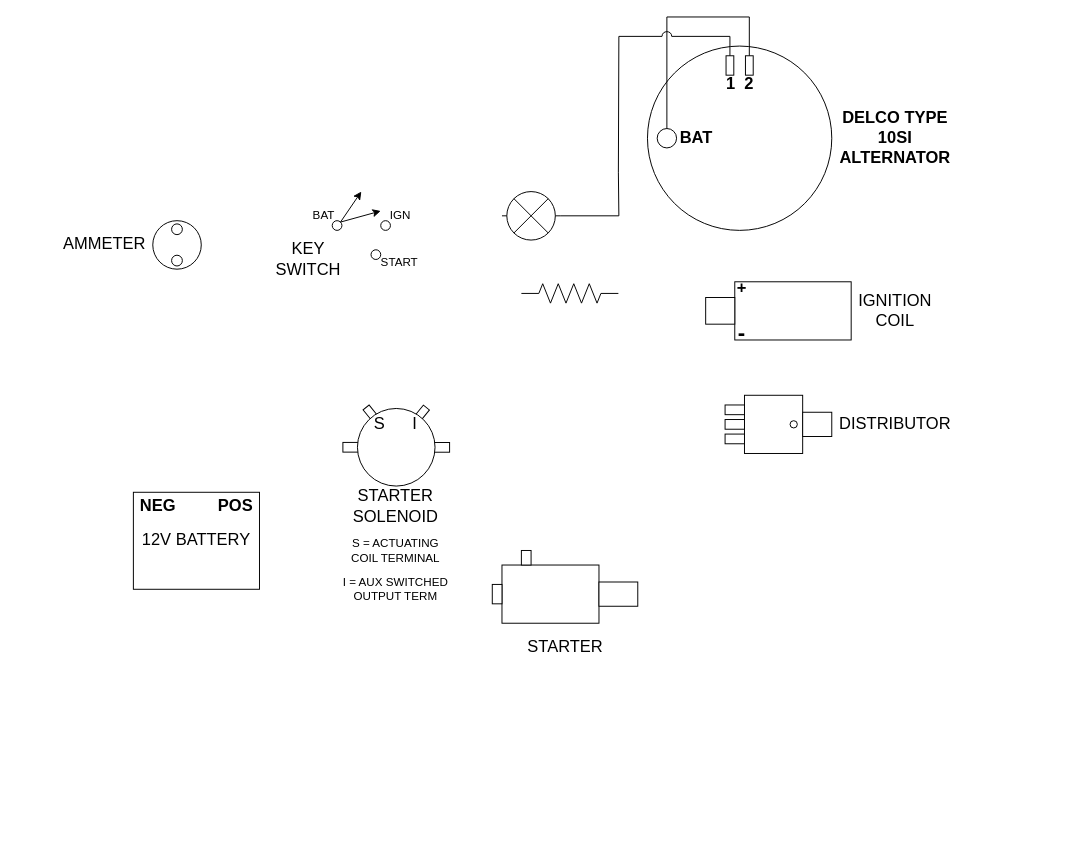
The draw.io diagram International 300U w 12V alternator neg ground.drawio in technomancer-101/tractor-wiring, before the edit. Source tidied: cells renumbered, new cells numbered last; positions are measured from the earlier drawing's top-left corner, leaving out a move shared by most shapes. Both pictures are drawn from the tidied source at 97%, with x=0, y=0 at pixel (55, 16).
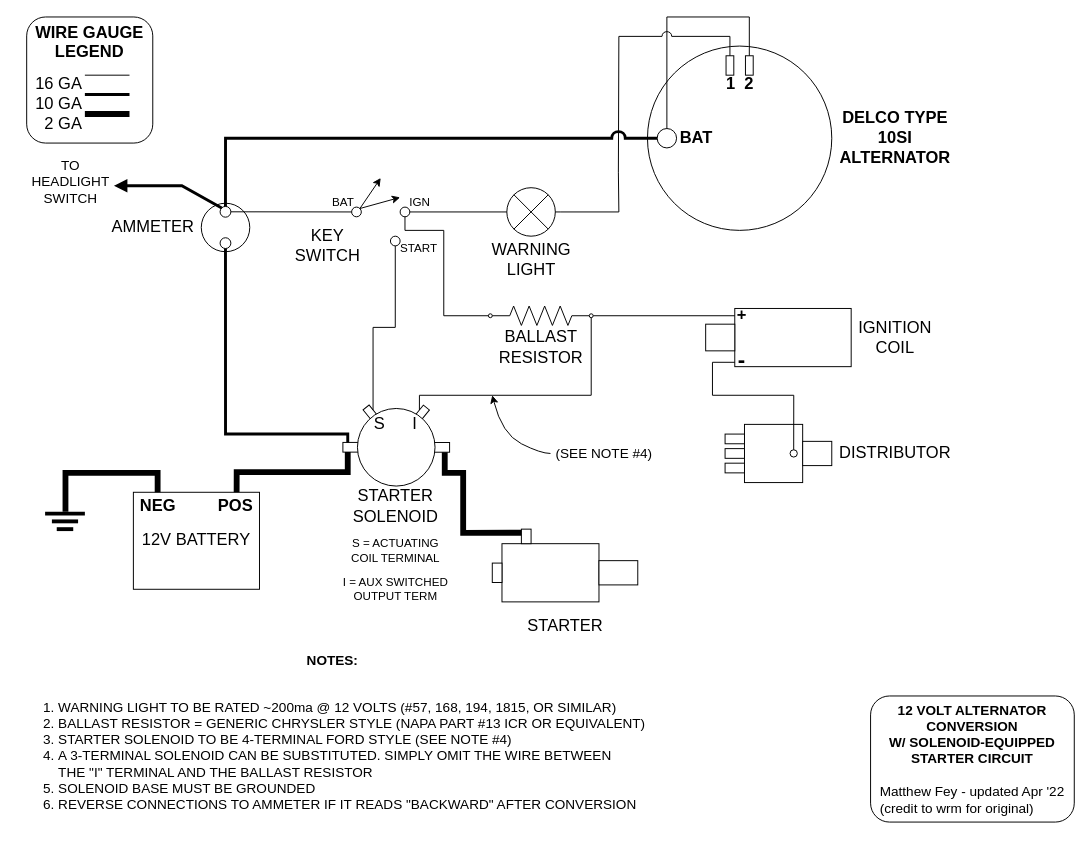
The same diagram, later.

The change refers to these unchanged cells:
```xml
<mxCell id="13" style="ellipse;whiteSpace=wrap;html=1;fontSize=17;" parent="7" vertex="1">
  <mxGeometry x="67" y="26.2" width="7.5" height="7.5" as="geometry" />
</mxCell>
<mxCell id="15" style="group;" parent="1" vertex="1">
  <mxGeometry x="80" y="490" width="130" height="100" as="geometry" />
</mxCell>
<mxCell id="17" value="NEG" style="text;html=1;align=center;verticalAlign=middle;points=[];strokeColor=none;fillColor=none;fontSize=17;fontStyle=1;" parent="15" vertex="1">
  <mxGeometry width="50" height="30" as="geometry" />
</mxCell>
<mxCell id="18" value="POS" style="text;html=1;align=center;verticalAlign=middle;points=[];strokeColor=none;fillColor=none;fontSize=17;fontStyle=1;" parent="15" vertex="1">
  <mxGeometry x="80" width="50" height="30" as="geometry" />
</mxCell>
<mxCell id="23" style="rounded=0;whiteSpace=wrap;html=1;fontSize=17;" parent="19" vertex="1">
  <mxGeometry x="30" width="10" height="15" as="geometry" />
</mxCell>
<mxCell id="30" style="ellipse;whiteSpace=wrap;html=1;fontSize=17;" parent="25" vertex="1">
  <mxGeometry x="10" y="85" width="20" height="20" as="geometry" />
</mxCell>
<mxCell id="39" value="-" style="text;html=1;align=center;verticalAlign=middle;points=[];strokeColor=none;fillColor=none;fontSize=23;fontStyle=1;spacing=0;" parent="34" vertex="1">
  <mxGeometry x="27" y="45" width="20" height="30" as="geometry" />
</mxCell>
<mxCell id="41" style="rounded=0;whiteSpace=wrap;html=1;rotation=51;direction=east;" parent="40" vertex="1">
  <mxGeometry x="27.5" y="3.6" width="13" height="8" as="geometry" />
</mxCell>
<mxCell id="42" style="rounded=0;whiteSpace=wrap;html=1;" parent="40" vertex="1">
  <mxGeometry x="6" y="38.6" width="20" height="10" as="geometry" />
</mxCell>
<mxCell id="44" style="rounded=0;whiteSpace=wrap;html=1;rotation=309;direction=east;flipH=1;flipV=0;" parent="43" vertex="1">
  <mxGeometry x="60.5" y="3.6" width="13" height="8" as="geometry" />
</mxCell>
<mxCell id="45" style="rounded=0;whiteSpace=wrap;html=1;" parent="43" vertex="1">
  <mxGeometry x="75" y="38.6" width="20" height="10" as="geometry" />
</mxCell>
<mxCell id="54" style="ellipse;whiteSpace=wrap;html=1;fontSize=17;" parent="53" vertex="1">
  <mxGeometry y="30" width="10" height="10" as="geometry" />
</mxCell>
<mxCell id="55" style="ellipse;whiteSpace=wrap;html=1;fontSize=17;" parent="53" vertex="1">
  <mxGeometry x="50" y="30" width="10" height="10" as="geometry" />
</mxCell>
<mxCell id="56" style="ellipse;whiteSpace=wrap;html=1;fontSize=17;" parent="53" vertex="1">
  <mxGeometry x="40" y="60" width="10" height="10" as="geometry" />
</mxCell>
<mxCell id="67" style="ellipse;whiteSpace=wrap;html=1;fontSize=17;" parent="65" vertex="1">
  <mxGeometry x="19.4" y="3.3" width="11.1" height="11.1" as="geometry" />
</mxCell>
<mxCell id="68" style="ellipse;whiteSpace=wrap;html=1;fontSize=17;" parent="65" vertex="1">
  <mxGeometry x="19.4" y="35.6" width="11.1" height="11.1" as="geometry" />
</mxCell>
```

What changed in the source:
```diff
@@
-    <mxCell id="3" style="verticalLabelPosition=bottom;shadow=0;dashed=0;align=center;html=1;verticalAlign=top;shape=mxgraph.electrical.miscellaneous.light_bulb;" parent="1" vertex="1">
-      <mxGeometry x="460" y="180" width="60" height="50" as="geometry" />
-    </mxCell>
-    <mxCell id="4" style="verticalLabelPosition=bottom;shadow=0;dashed=0;align=center;html=1;verticalAlign=top;shape=mxgraph.electrical.resistors.resistor_2;" parent="1" vertex="1">
-      <mxGeometry x="480" y="275" width="100" height="20" as="geometry" />
-    </mxCell>
+    <mxCell id="70" style="edgeStyle=orthogonalEdgeStyle;rounded=0;jumpStyle=arc;jumpSize=10;jettySize=auto;html=1;fontSize=17;endArrow=none;endFill=0;strokeWidth=1;entryX=0.5;entryY=1;entryDx=0;entryDy=0;" parent="1" edge="1" source="4" target="55">
+      <mxGeometry relative="1" as="geometry">
+        <Array as="points">
+          <mxPoint x="400" y="308" />
+          <mxPoint x="400" y="220" />
+          <mxPoint x="360" y="220" />
+        </Array>
+      </mxGeometry>
+    </mxCell>
     <mxCell id="5" style="group;" parent="1" vertex="1">
-      <mxGeometry x="690" y="390" width="240" height="115" as="geometry" />
+      <mxGeometry x="690" y="420" width="240" height="115" as="geometry" />
     </mxCell>
@@
+    <mxCell id="71" style="edgeStyle=orthogonalEdgeStyle;rounded=0;jumpStyle=arc;jumpSize=10;jettySize=auto;html=1;fontSize=17;endArrow=none;endFill=0;strokeWidth=6;exitX=0.5;exitY=0;exitDx=0;exitDy=0;exitPerimeter=0;" parent="15" edge="1" source="17">
+      <mxGeometry relative="1" as="geometry">
+        <mxPoint x="-70" y="20" as="targetPoint" />
+        <Array as="points">
+          <mxPoint x="25" y="-20" />
+          <mxPoint x="-70" y="-20" />
+        </Array>
+      </mxGeometry>
+    </mxCell>
     <mxCell id="19" style="group;" parent="1" vertex="1">
-      <mxGeometry x="450" y="550" width="150" height="115" as="geometry" />
+      <mxGeometry x="450" y="528" width="150" height="115" as="geometry" />
     </mxCell>
@@
     <mxCell id="34" style="group;fontSize=12;" parent="1" vertex="1">
-      <mxGeometry x="670" y="265" width="240" height="75" as="geometry" />
+      <mxGeometry x="670" y="292.5" width="240" height="75" as="geometry" />
     </mxCell>
@@
     <mxCell id="52" style="group;" parent="1" vertex="1">
-      <mxGeometry x="220" y="180" width="159" height="95" as="geometry" />
+      <mxGeometry x="240" y="166" width="159" height="95" as="geometry" />
     </mxCell>
+    <mxCell id="60" value="START" style="text;html=1;align=center;verticalAlign=middle;strokeColor=none;fillColor=none;fontSize=12;" parent="52" vertex="1">
+      <mxGeometry x="109" y="63" width="50" height="20" as="geometry" />
+    </mxCell>
@@
-    <mxCell id="60" value="START" style="text;html=1;align=center;verticalAlign=middle;strokeColor=none;fillColor=none;fontSize=12;" parent="52" vertex="1">
-      <mxGeometry x="109" y="63" width="50" height="20" as="geometry" />
-    </mxCell>
@@
     <mxCell id="64" style="group;" parent="1" vertex="1">
-      <mxGeometry y="210" width="150" height="50" as="geometry" />
+      <mxGeometry x="50" y="192" width="150" height="50" as="geometry" />
     </mxCell>
@@
+    <mxCell id="72" style="edgeStyle=orthogonalEdgeStyle;rounded=0;jumpStyle=arc;jumpSize=10;jettySize=auto;html=1;entryX=0.5;entryY=0;entryDx=0;entryDy=0;fontSize=11;endArrow=none;endFill=0;strokeWidth=3;" parent="1" edge="1" source="30" target="67">
+      <mxGeometry relative="1" as="geometry" />
+    </mxCell>
+    <mxCell id="73" style="group;" parent="1" vertex="1">
+      <mxGeometry x="440" y="176" width="100" height="100" as="geometry" />
+    </mxCell>
+    <mxCell id="3" style="verticalLabelPosition=bottom;shadow=0;dashed=0;align=center;html=1;verticalAlign=top;shape=mxgraph.electrical.miscellaneous.light_bulb;" parent="73" vertex="1">
+      <mxGeometry x="20" width="60" height="50" as="geometry" />
+    </mxCell>
+    <mxCell id="74" value="&lt;div style=&quot;font-size: 17px;&quot;&gt;WARNING&lt;/div&gt;&lt;div style=&quot;font-size: 17px;&quot;&gt;LIGHT&lt;br style=&quot;font-size: 17px;&quot;&gt;&lt;/div&gt;" style="text;html=1;align=center;verticalAlign=middle;strokeColor=none;fillColor=none;fontSize=17;" parent="73" vertex="1">
+      <mxGeometry y="50" width="100" height="50" as="geometry" />
+    </mxCell>
+    <mxCell id="75" style="edgeStyle=orthogonalEdgeStyle;rounded=0;jumpStyle=arc;jumpSize=10;jettySize=auto;html=1;entryX=1;entryY=0.5;entryDx=0;entryDy=0;fontSize=17;endArrow=none;endFill=0;strokeWidth=1;" parent="1" edge="1" source="3" target="55">
+      <mxGeometry relative="1" as="geometry" />
+    </mxCell>
+    <mxCell id="76" style="edgeStyle=orthogonalEdgeStyle;rounded=0;jumpStyle=arc;jumpSize=10;jettySize=auto;html=1;fontSize=17;endArrow=none;endFill=0;strokeWidth=1;exitX=1;exitY=0.5;exitDx=0;exitDy=0;" parent="1" edge="1" source="81">
+      <mxGeometry relative="1" as="geometry">
+        <mxPoint x="700" y="308" as="targetPoint" />
+      </mxGeometry>
+    </mxCell>
+    <mxCell id="77" style="edgeStyle=orthogonalEdgeStyle;rounded=0;jumpStyle=arc;jumpSize=10;jettySize=auto;html=1;fontSize=17;endArrow=none;endFill=0;strokeWidth=1;entryX=0.15;entryY=0.617;entryDx=0;entryDy=0;entryPerimeter=0;" parent="1" edge="1" source="13" target="39">
+      <mxGeometry relative="1" as="geometry">
+        <Array as="points">
+          <mxPoint x="761" y="390" />
+          <mxPoint x="677" y="390" />
+          <mxPoint x="677" y="356" />
+        </Array>
+      </mxGeometry>
+    </mxCell>
+    <mxCell id="78" style="group;" parent="1" vertex="1">
+      <mxGeometry x="446" y="298" width="108" height="67.5" as="geometry" />
+    </mxCell>
+    <mxCell id="79" style="group;" parent="78" vertex="1">
+      <mxGeometry x="4" width="104" height="67.5" as="geometry" />
+    </mxCell>
+    <mxCell id="4" style="verticalLabelPosition=bottom;shadow=0;dashed=0;align=center;html=1;verticalAlign=top;shape=mxgraph.electrical.resistors.resistor_2;" parent="79" vertex="1">
+      <mxGeometry width="100" height="20" as="geometry" />
+    </mxCell>
+    <mxCell id="80" value="&lt;div&gt;BALLAST&lt;/div&gt;&lt;div&gt;RESISTOR&lt;br&gt;&lt;/div&gt;" style="text;html=1;align=center;verticalAlign=middle;strokeColor=none;fillColor=none;fontSize=17;" parent="79" vertex="1">
+      <mxGeometry y="17.5" width="100" height="50" as="geometry" />
+    </mxCell>
+    <mxCell id="81" style="ellipse;whiteSpace=wrap;html=1;fontSize=17;" parent="79" vertex="1">
+      <mxGeometry x="100" y="8" width="4" height="4" as="geometry" />
+    </mxCell>
+    <mxCell id="82" style="ellipse;whiteSpace=wrap;html=1;fontSize=17;" parent="78" vertex="1">
+      <mxGeometry y="8" width="4" height="4" as="geometry" />
+    </mxCell>
+    <mxCell id="83" style="edgeStyle=orthogonalEdgeStyle;rounded=0;jumpStyle=arc;jumpSize=10;jettySize=auto;html=1;exitX=0.5;exitY=0;exitDx=0;exitDy=0;entryX=0.5;entryY=1;entryDx=0;entryDy=0;fontSize=17;endArrow=none;endFill=0;strokeWidth=1;" parent="1" edge="1" source="44" target="81">
+      <mxGeometry relative="1" as="geometry">
+        <Array as="points">
+          <mxPoint x="375" y="390" />
+          <mxPoint x="552" y="390" />
+        </Array>
+      </mxGeometry>
+    </mxCell>
+    <mxCell id="84" style="edgeStyle=orthogonalEdgeStyle;rounded=0;jumpStyle=arc;jumpSize=10;jettySize=auto;html=1;exitX=0.5;exitY=0;exitDx=0;exitDy=0;fontSize=17;endArrow=none;endFill=0;strokeWidth=1;entryX=0.5;entryY=1;entryDx=0;entryDy=0;" parent="1" edge="1" source="41" target="56">
+      <mxGeometry relative="1" as="geometry">
+        <Array as="points">
+          <mxPoint x="327" y="320" />
+          <mxPoint x="350" y="320" />
+        </Array>
+      </mxGeometry>
+    </mxCell>
+    <mxCell id="85" style="edgeStyle=orthogonalEdgeStyle;rounded=0;jumpStyle=arc;jumpSize=10;jettySize=auto;html=1;exitX=0;exitY=0.5;exitDx=0;exitDy=0;entryX=1;entryY=0.5;entryDx=0;entryDy=0;fontSize=17;endArrow=none;endFill=0;strokeWidth=1;" parent="1" edge="1" source="54" target="67">
+      <mxGeometry relative="1" as="geometry" />
+    </mxCell>
+    <mxCell id="86" style="edgeStyle=orthogonalEdgeStyle;rounded=0;jumpStyle=arc;jumpSize=10;jettySize=auto;html=1;exitX=0.5;exitY=1;exitDx=0;exitDy=0;entryX=0.25;entryY=0;entryDx=0;entryDy=0;fontSize=17;endArrow=none;endFill=0;strokeWidth=3;" parent="1" edge="1" source="68" target="42">
+      <mxGeometry relative="1" as="geometry">
+        <Array as="points">
+          <mxPoint x="175" y="430" />
+          <mxPoint x="301" y="430" />
+        </Array>
+      </mxGeometry>
+    </mxCell>
+    <mxCell id="87" style="edgeStyle=orthogonalEdgeStyle;rounded=0;jumpStyle=arc;jumpSize=10;jettySize=auto;html=1;exitX=0.25;exitY=1;exitDx=0;exitDy=0;entryX=0.529;entryY=-0.003;entryDx=0;entryDy=0;entryPerimeter=0;fontSize=17;endArrow=none;endFill=0;strokeWidth=6;" parent="1" edge="1" source="42" target="18">
+      <mxGeometry relative="1" as="geometry" />
+    </mxCell>
+    <mxCell id="88" style="edgeStyle=orthogonalEdgeStyle;rounded=0;jumpStyle=arc;jumpSize=10;jettySize=auto;html=1;exitX=0.75;exitY=1;exitDx=0;exitDy=0;entryX=0;entryY=0.25;entryDx=0;entryDy=0;fontSize=17;endArrow=none;endFill=0;strokeWidth=6;" parent="1" edge="1" source="45" target="23">
+      <mxGeometry relative="1" as="geometry">
+        <Array as="points">
+          <mxPoint x="401" y="470" />
+          <mxPoint x="420" y="470" />
+          <mxPoint x="420" y="532" />
+        </Array>
+      </mxGeometry>
+    </mxCell>
+    <mxCell id="89" style="group;" parent="1" vertex="1">
+      <mxGeometry x="-11" y="512" width="41" height="16" as="geometry" />
+    </mxCell>
+    <mxCell id="90" style="endArrow=none;html=1;rounded=0;fontSize=17;strokeWidth=4;jumpStyle=arc;jumpSize=10;" parent="89" edge="1">
+      <mxGeometry relative="1" as="geometry">
+        <mxPoint x="7" y="8" as="sourcePoint" />
+        <mxPoint x="34" y="8" as="targetPoint" />
+      </mxGeometry>
+    </mxCell>
+    <mxCell id="91" style="endArrow=none;html=1;rounded=0;fontSize=17;strokeWidth=4;jumpStyle=arc;jumpSize=10;" parent="89" edge="1">
+      <mxGeometry relative="1" as="geometry">
+        <mxPoint as="sourcePoint" />
+        <mxPoint x="41" as="targetPoint" />
+      </mxGeometry>
+    </mxCell>
+    <mxCell id="92" style="endArrow=none;html=1;rounded=0;fontSize=17;strokeWidth=4;jumpStyle=arc;jumpSize=10;" parent="89" edge="1">
+      <mxGeometry relative="1" as="geometry">
+        <mxPoint x="12" y="16" as="sourcePoint" />
+        <mxPoint x="29" y="16" as="targetPoint" />
+      </mxGeometry>
+    </mxCell>
+    <mxCell id="93" value="&lt;div align=&quot;center&quot;&gt;&lt;b&gt;WIRE GAUGE&lt;/b&gt;&lt;/div&gt;&lt;div align=&quot;center&quot;&gt;&lt;b&gt;LEGEND&lt;/b&gt;&lt;/div&gt;&lt;div style=&quot;font-size: 10px&quot; align=&quot;left&quot;&gt;&lt;br&gt;&lt;/div&gt;&lt;div align=&quot;left&quot;&gt;16 GA&lt;/div&gt;&lt;div align=&quot;left&quot;&gt;10 GA&lt;/div&gt;&lt;div align=&quot;left&quot;&gt;&amp;nbsp; 2 GA&lt;br&gt;&lt;/div&gt;" style="rounded=1;whiteSpace=wrap;html=1;fontSize=17;verticalAlign=top;" parent="1" vertex="1">
+      <mxGeometry x="-30" width="130" height="130" as="geometry" />
+    </mxCell>
+    <mxCell id="94" style="endArrow=none;html=1;rounded=0;fontSize=10;strokeWidth=1;jumpStyle=arc;jumpSize=10;endSize=6;" parent="1" edge="1">
+      <mxGeometry relative="1" as="geometry">
+        <mxPoint x="30" y="60" as="sourcePoint" />
+        <mxPoint x="76" y="60" as="targetPoint" />
+      </mxGeometry>
+    </mxCell>
+    <mxCell id="95" style="endArrow=none;html=1;rounded=0;fontSize=10;strokeWidth=3;jumpStyle=arc;jumpSize=10;" parent="1" edge="1">
+      <mxGeometry relative="1" as="geometry">
+        <mxPoint x="30" y="80" as="sourcePoint" />
+        <mxPoint x="76" y="80" as="targetPoint" />
+      </mxGeometry>
+    </mxCell>
+    <mxCell id="96" style="endArrow=none;html=1;rounded=0;fontSize=10;strokeWidth=6;jumpStyle=arc;jumpSize=10;" parent="1" edge="1">
+      <mxGeometry relative="1" as="geometry">
+        <mxPoint x="30" y="100" as="sourcePoint" />
+        <mxPoint x="76" y="100" as="targetPoint" />
+      </mxGeometry>
+    </mxCell>
+    <mxCell id="97" value="&lt;div style=&quot;font-size: 14px&quot;&gt;&lt;font style=&quot;font-size: 14px&quot;&gt;TO&lt;/font&gt;&lt;/div&gt;&lt;div style=&quot;font-size: 14px&quot;&gt;&lt;font style=&quot;font-size: 14px&quot;&gt;HEADLIGHT&lt;/font&gt;&lt;/div&gt;&lt;div style=&quot;font-size: 14px&quot;&gt;&lt;font style=&quot;font-size: 14px&quot;&gt;SWITCH&lt;br&gt;&lt;/font&gt;&lt;/div&gt;" style="text;html=1;align=center;verticalAlign=middle;points=[];strokeColor=none;fillColor=none;fontSize=11;" parent="1" vertex="1">
+      <mxGeometry x="-30" y="150" width="90" height="40" as="geometry" />
+    </mxCell>
+    <mxCell id="98" style="endArrow=block;html=1;rounded=0;fontSize=14;endSize=6;strokeWidth=3;jumpStyle=arc;jumpSize=10;entryX=1;entryY=0.6;entryDx=0;entryDy=0;entryPerimeter=0;exitX=0;exitY=0;exitDx=0;exitDy=0;endFill=1;" parent="1" edge="1" source="67" target="97">
+      <mxGeometry relative="1" as="geometry">
+        <Array as="points">
+          <mxPoint x="130" y="174" />
+        </Array>
+      </mxGeometry>
+    </mxCell>
+    <mxCell id="99" value="&lt;div&gt;&lt;b&gt;NOTES:&lt;/b&gt;&lt;/div&gt;&lt;div align=&quot;left&quot;&gt;&lt;b&gt;&lt;br&gt;&lt;/b&gt;&lt;/div&gt;&lt;div align=&quot;left&quot;&gt;&lt;ol&gt;&lt;li&gt;WARNING LIGHT TO BE RATED ~200ma @ 12 VOLTS (#57, 168, 194, 1815, OR SIMILAR)&lt;/li&gt;&lt;li&gt;BALLAST RESISTOR = GENERIC CHRYSLER STYLE (NAPA PART #13 ICR OR EQUIVALENT)&lt;/li&gt;&lt;li&gt;STARTER SOLENOID TO BE 4-TERMINAL FORD STYLE (SEE NOTE #4)&lt;/li&gt;&lt;li&gt;A 3-TERMINAL SOLENOID CAN BE SUBSTITUTED. SIMPLY OMIT THE WIRE BETWEEN&lt;br&gt;THE &quot;I&quot; TERMINAL AND THE BALLAST RESISTOR&lt;/li&gt;&lt;li&gt;SOLENOID BASE MUST BE GROUNDED&lt;/li&gt;&lt;li&gt;REVERSE CONNECTIONS TO AMMETER IF IT READS &quot;BACKWARD&quot; AFTER CONVERSION&lt;br&gt;&lt;/li&gt;&lt;/ol&gt;&lt;/div&gt;" style="text;html=1;align=center;verticalAlign=middle;strokeColor=none;fillColor=none;fontSize=14;" parent="1" vertex="1">
+      <mxGeometry x="-40" y="650" width="650" height="190" as="geometry" />
+    </mxCell>
+    <mxCell id="100" value="(SEE NOTE #4)" style="text;html=1;align=center;verticalAlign=middle;points=[];strokeColor=none;fillColor=none;fontSize=14;" parent="1" vertex="1">
+      <mxGeometry x="510" y="440" width="110" height="20" as="geometry" />
+    </mxCell>
+    <mxCell id="101" style="curved=1;endArrow=classic;html=1;rounded=0;fontSize=14;endSize=6;strokeWidth=1;jumpStyle=arc;jumpSize=10;exitX=0;exitY=0.5;exitDx=0;exitDy=0;exitPerimeter=0;" parent="1" edge="1" source="100">
+      <mxGeometry relative="1" as="geometry">
+        <mxPoint x="450" y="390" as="targetPoint" />
+        <Array as="points">
+          <mxPoint x="500" y="450" />
+          <mxPoint x="460" y="430" />
+        </Array>
+      </mxGeometry>
+    </mxCell>
+    <mxCell id="102" value="&lt;div&gt;&lt;b&gt;12 VOLT ALTERNATOR&lt;/b&gt;&lt;/div&gt;&lt;div&gt;&lt;b&gt;CONVERSION&lt;/b&gt;&lt;/div&gt;&lt;div&gt;&lt;b&gt;W/ SOLENOID-EQUIPPED&lt;/b&gt;&lt;/div&gt;&lt;div&gt;&lt;b&gt;STARTER CIRCUIT&lt;/b&gt;&lt;/div&gt;&lt;div&gt;&lt;b&gt;&lt;br&gt;&lt;/b&gt;&lt;/div&gt;&lt;div align=&quot;left&quot;&gt;Matthew Fey - updated Apr '22&lt;/div&gt;&lt;div align=&quot;left&quot;&gt;(credit to wrm for original)&lt;br&gt;&lt;/div&gt;" style="rounded=1;whiteSpace=wrap;html=1;fontSize=14;" parent="1" vertex="1">
+      <mxGeometry x="840" y="700" width="210" height="130" as="geometry" />
+    </mxCell>
```
